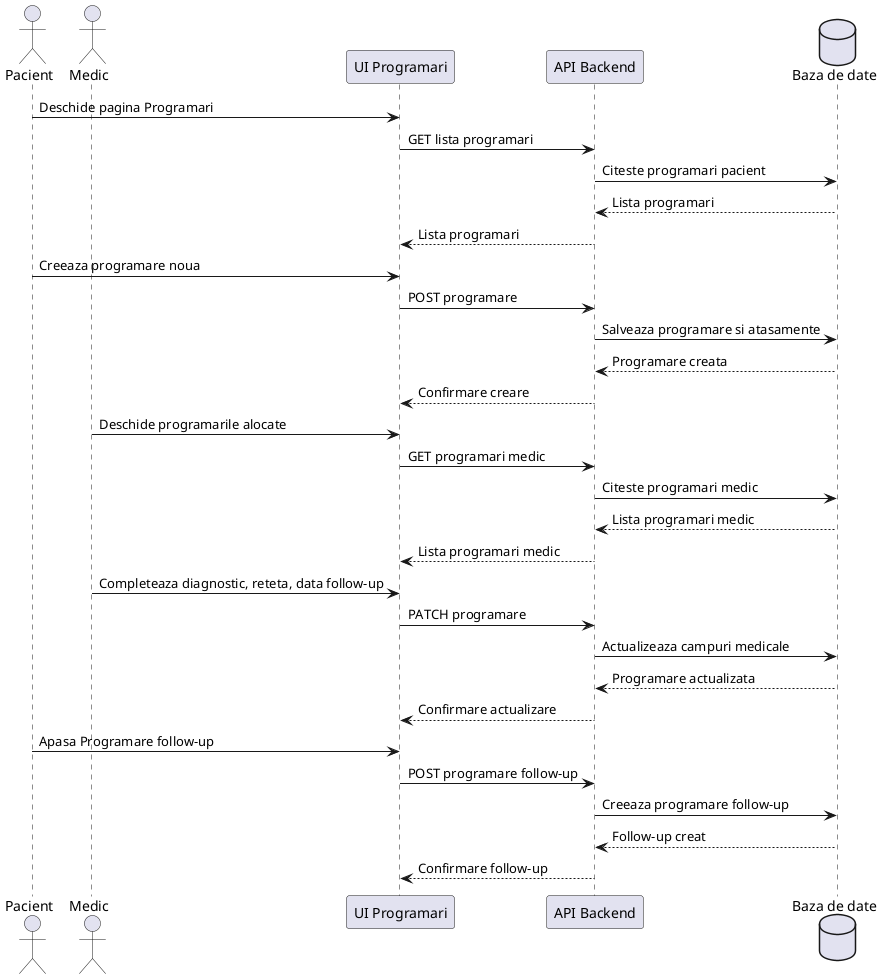
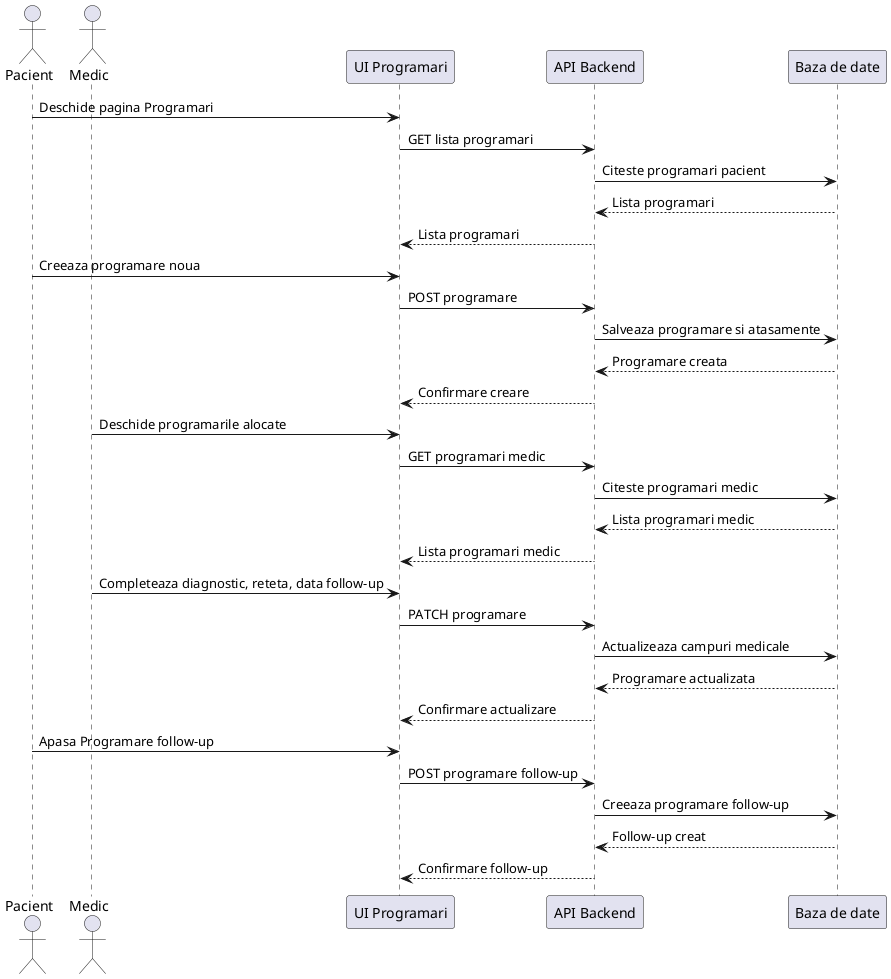
@startuml
actor Pacient
actor Medic
participant "UI Programari" as UI
participant "API Backend" as API
- database "Baza de date" as DB
+ participant "Baza de date" as DB

Pacient -> UI : Deschide pagina Programari
UI -> API : GET lista programari
API -> DB : Citeste programari pacient
DB --> API : Lista programari
API --> UI : Lista programari

Pacient -> UI : Creeaza programare noua
UI -> API : POST programare
API -> DB : Salveaza programare si atasamente
DB --> API : Programare creata
API --> UI : Confirmare creare

Medic -> UI : Deschide programarile alocate
UI -> API : GET programari medic
API -> DB : Citeste programari medic
DB --> API : Lista programari medic
API --> UI : Lista programari medic

Medic -> UI : Completeaza diagnostic, reteta, data follow-up
UI -> API : PATCH programare
API -> DB : Actualizeaza campuri medicale
DB --> API : Programare actualizata
API --> UI : Confirmare actualizare

Pacient -> UI : Apasa Programare follow-up
UI -> API : POST programare follow-up
API -> DB : Creeaza programare follow-up
DB --> API : Follow-up creat
API --> UI : Confirmare follow-up

@enduml